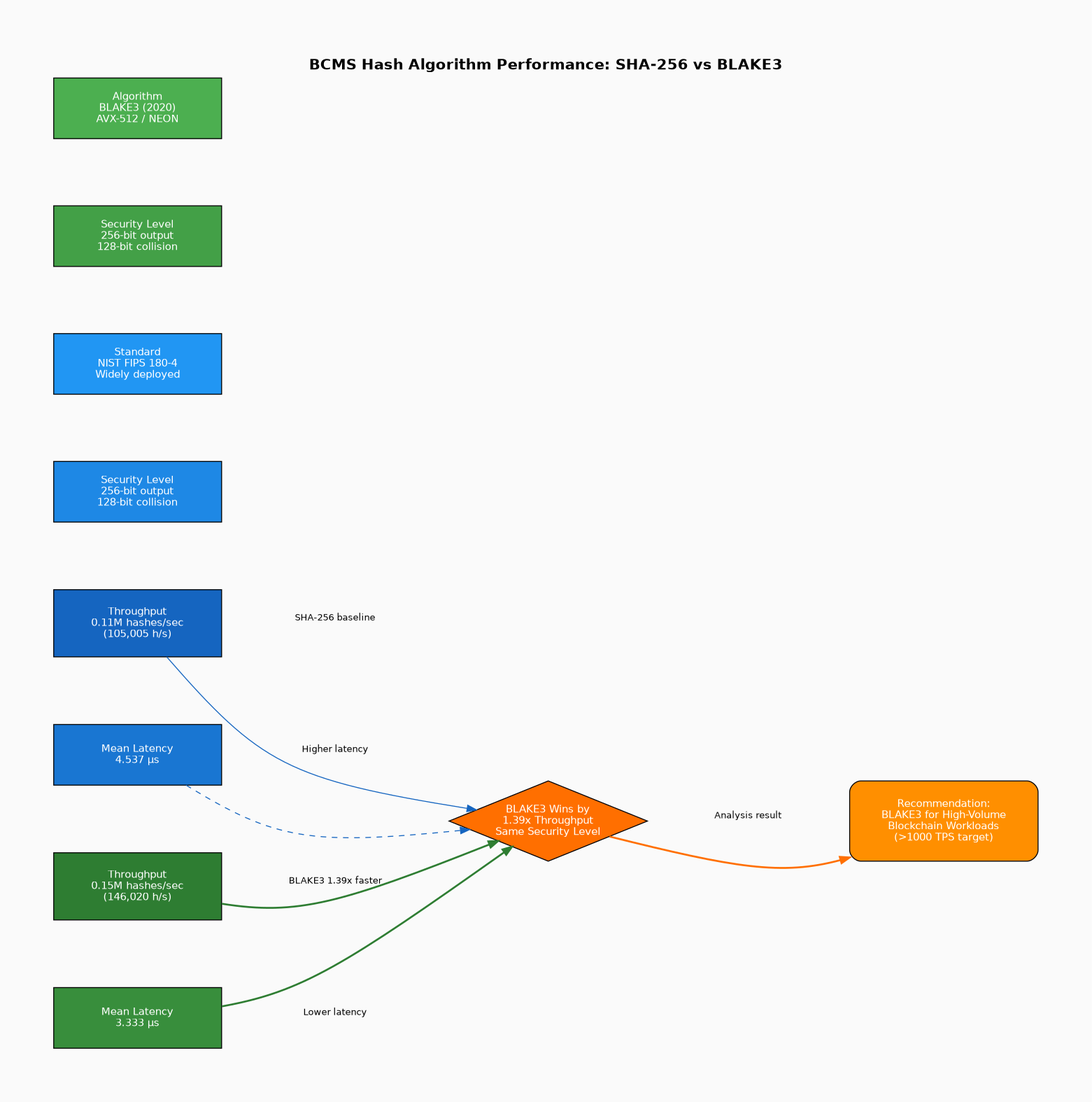
The Graphviz diagram diagrams/benchmark_comparison.png in NawalAlragwi/fabricNew, before a commit. Its source is kept beside it as diagrams/benchmark_comparison.dot.
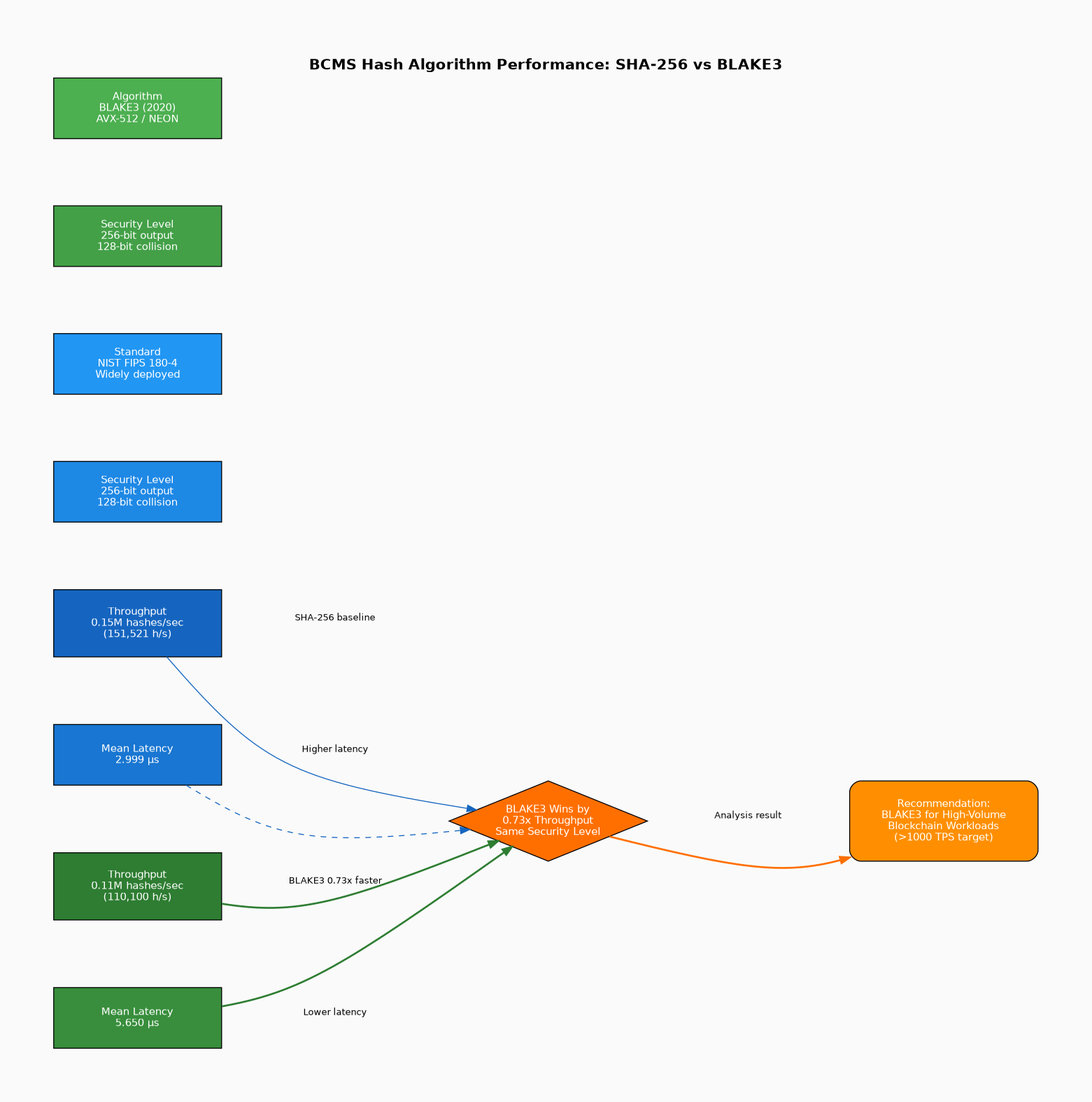
After the commit.

Commit message:
Update benchmark config for hybrid algorithm and save latest results

The edit, as a diff of the source:
```diff
@@ -21,11 +21,11 @@
         style=filled fillcolor="#E3F2FD" color="#1565C0"
         fontsize=13 fontname="Helvetica-Bold"
 
-        SHA_TPS [label="Throughput\n0.11M hashes/sec\n(105,005 h/s)"
+        SHA_TPS [label="Throughput\n0.15M hashes/sec\n(151,521 h/s)"
                  shape=rectangle style=filled fillcolor="#1565C0" fontcolor=white
                  width=2.5 height=1.0]
 
-        SHA_LAT [label="Mean Latency\n4.537 µs"
+        SHA_LAT [label="Mean Latency\n2.999 µs"
                  shape=rectangle style=filled fillcolor="#1976D2" fontcolor=white
                  width=2.5 height=0.9]
 
@@ -43,11 +43,11 @@
         style=filled fillcolor="#E8F5E9" color="#2E7D32"
         fontsize=13 fontname="Helvetica-Bold"
 
-        B3_TPS [label="Throughput\n0.15M hashes/sec\n(146,020 h/s)"
+        B3_TPS [label="Throughput\n0.11M hashes/sec\n(110,100 h/s)"
                 shape=rectangle style=filled fillcolor="#2E7D32" fontcolor=white
                 width=2.5 height=1.0]
 
-        B3_LAT [label="Mean Latency\n3.333 µs"
+        B3_LAT [label="Mean Latency\n5.650 µs"
                 shape=rectangle style=filled fillcolor="#388E3C" fontcolor=white
                 width=2.5 height=0.9]
 
@@ -61,7 +61,7 @@
     }
 
 
-    WINNER [label="BLAKE3 Wins by\n1.39x Throughput\nSame Security Level"
+    WINNER [label="BLAKE3 Wins by\n0.73x Throughput\nSame Security Level"
             shape=diamond style=filled fillcolor="#FF6F00" fontcolor=white
             width=2.5 height=1.2]
 
@@ -71,7 +71,7 @@
 
 
     SHA_TPS -> WINNER [label="SHA-256 baseline" color="#1565C0"]
-    B3_TPS -> WINNER [label="BLAKE3 1.39x faster" color="#2E7D32" style=bold]
+    B3_TPS -> WINNER [label="BLAKE3 0.73x faster" color="#2E7D32" style=bold]
     SHA_LAT -> WINNER [label="Higher latency" color="#1565C0" style=dashed]
     B3_LAT -> WINNER [label="Lower latency" color="#2E7D32" style=bold]
     WINNER -> REC [label="Analysis result" color="#FF6F00" style=bold penwidth=2]
```
